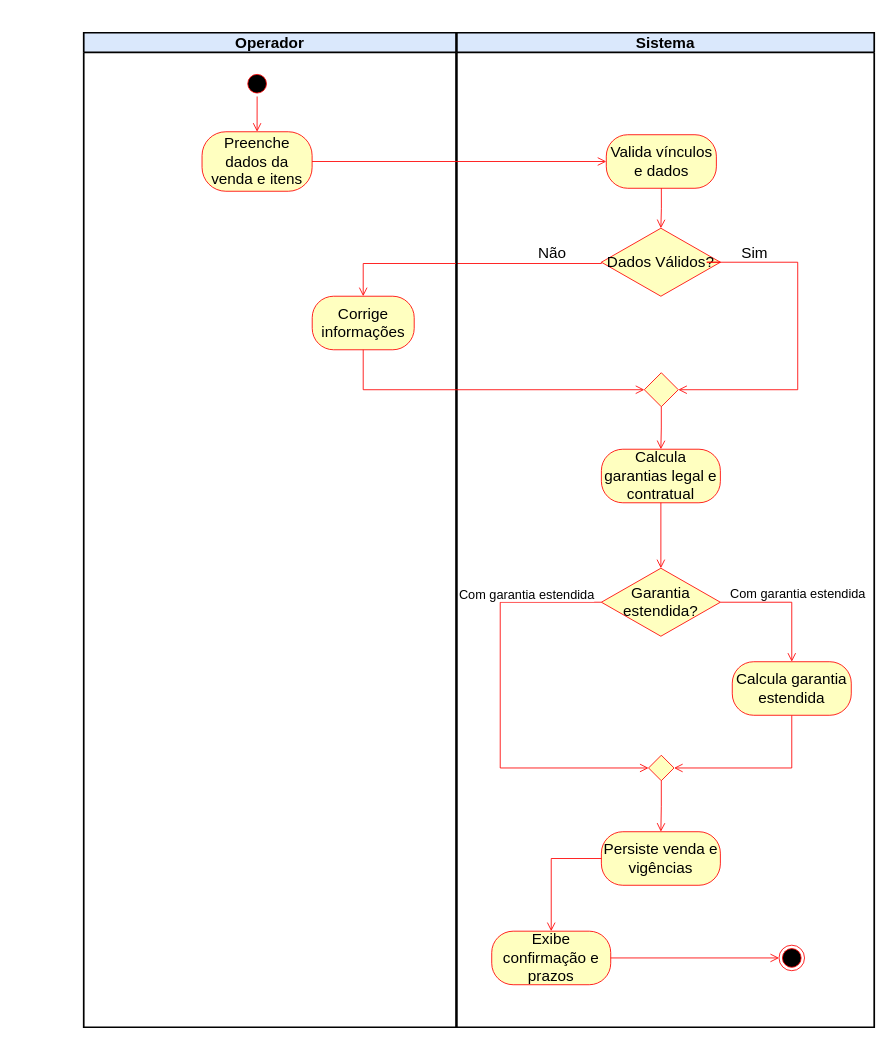
The draw.io diagram drawio/atividade.drawio in tmateus4/garantia-tcc-2026, before the edit. Source tidied: cells renumbered, new cells numbered last; positions are measured from the earlier drawing's top-left corner, leaving out a move shared by most shapes. Both pictures are drawn from the tidied source at 85%, with x=0, y=0 at pixel (83, 32).
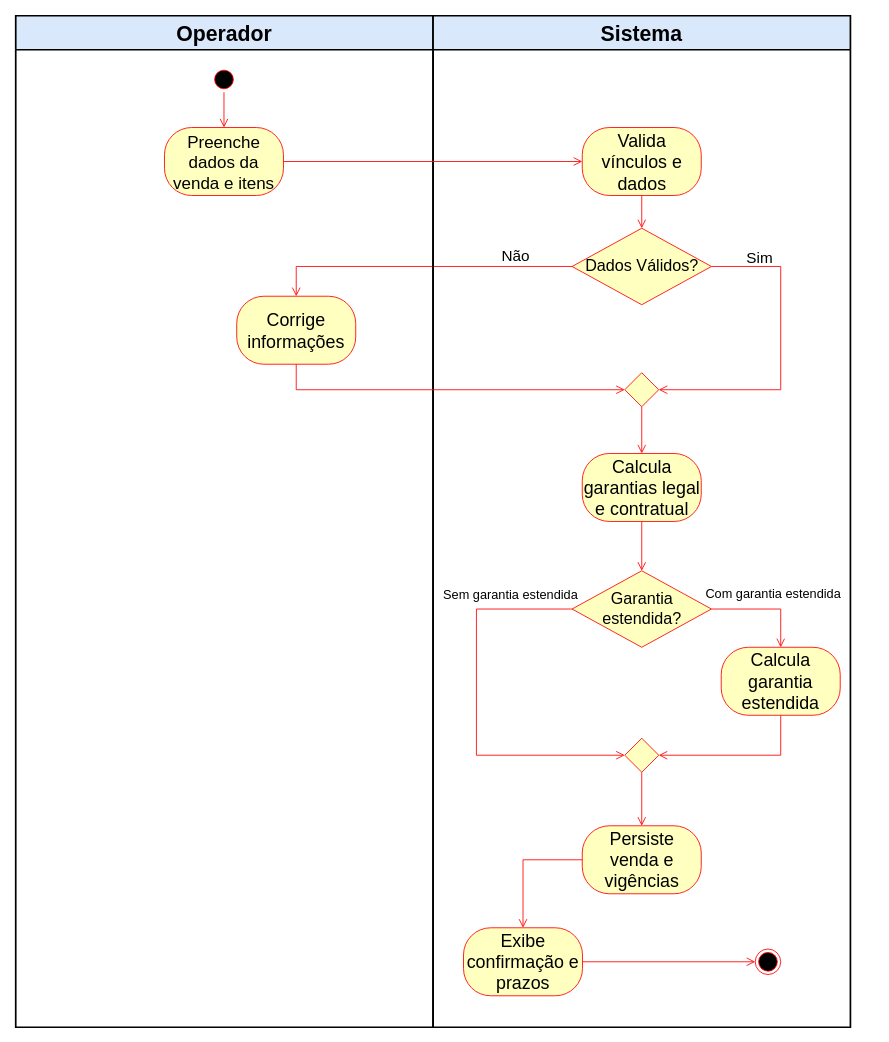
After the change.

What changed in the source:
```diff
@@
-    <mxCell id="2" value="Operador" style="swimlane;whiteSpace=wrap;html=1;fillColor=#dae8fc;strokeColor=#000000;strokeWidth=2;fontSize=18;" parent="1" vertex="1">
-      <mxGeometry width="438" height="1170" as="geometry" />
+    <mxCell id="2" value="&lt;font style=&quot;font-size: 25px;&quot;&gt;Operador&lt;/font&gt;" style="swimlane;whiteSpace=wrap;html=1;fillColor=#dae8fc;strokeColor=#000000;strokeWidth=2;fontSize=18;startSize=40;" parent="1" vertex="1">
+      <mxGeometry x="-80" y="-20" width="491" height="1190" as="geometry" />
     </mxCell>
     <mxCell id="3" style="ellipse;html=1;shape=startState;fillColor=#000000;strokeColor=#ff0000;" parent="2" vertex="1">
-      <mxGeometry x="189" y="45" width="30" height="30" as="geometry" />
+      <mxGeometry x="230" y="60" width="30" height="30" as="geometry" />
     </mxCell>
@@
-    <mxCell id="5" value="Preenche dados da venda e itens" style="rounded=1;whiteSpace=wrap;html=1;arcSize=40;fontColor=#000000;fillColor=#ffffc0;strokeColor=#ff0000;fontSize=18;" parent="2" vertex="1">
-      <mxGeometry x="139.2" y="116.5" width="129.5" height="70" as="geometry" />
+    <mxCell id="5" value="Preenche dados da venda e itens" style="rounded=1;whiteSpace=wrap;html=1;arcSize=40;fontColor=#000000;fillColor=#ffffc0;strokeColor=#ff0000;fontSize=20;" parent="2" vertex="1">
+      <mxGeometry x="175" y="131.5" width="140" height="80" as="geometry" />
     </mxCell>
-    <mxCell id="6" value="Corrige informações" style="rounded=1;whiteSpace=wrap;html=1;arcSize=40;fontColor=#000000;fillColor=#ffffc0;strokeColor=#ff0000;fontSize=18;" parent="2" vertex="1">
-      <mxGeometry x="268.8" y="310" width="120" height="63" as="geometry" />
+    <mxCell id="6" value="Corrige informações" style="rounded=1;whiteSpace=wrap;html=1;arcSize=40;fontColor=#000000;fillColor=#ffffc0;strokeColor=#ff0000;fontSize=21;" parent="2" vertex="1">
+      <mxGeometry x="260" y="330" width="140" height="80" as="geometry" />
     </mxCell>
     <mxCell id="7" value="Não" style="edgeStyle=orthogonalEdgeStyle;html=1;verticalAlign=bottom;endArrow=open;endSize=8;strokeColor=#ff0000;rounded=0;entryX=0.5;entryY=0;entryDx=0;entryDy=0;exitX=0;exitY=0.5;exitDx=0;exitDy=0;labelBackgroundColor=none;fontSize=18;spacing=0;" parent="2" edge="1" source="22" target="6">
       <mxGeometry x="-0.62" relative="1" as="geometry">
-        <Array as="points">
-          <mxPoint x="609" y="271.5" />
-          <mxPoint x="328.8" y="271.5" />
-        </Array>
         <mxPoint x="1" as="offset" />
       </mxGeometry>
     </mxCell>
-    <mxCell id="8" value="Sistema" style="swimlane;whiteSpace=wrap;html=1;fillColor=#dae8fc;strokeColor=light-dark(#000000, #5c79a3);strokeWidth=2;fontSize=18;" parent="1" vertex="1">
-      <mxGeometry x="439" width="491" height="1170" as="geometry" />
+    <mxCell id="8" value="&lt;font style=&quot;font-size: 25px;&quot;&gt;Sistema&lt;/font&gt;" style="swimlane;whiteSpace=wrap;html=1;fillColor=#dae8fc;strokeColor=light-dark(#000000, #5c79a3);strokeWidth=2;fontSize=18;startSize=40;" parent="1" vertex="1">
+      <mxGeometry x="411" y="-20" width="491" height="1190" as="geometry" />
     </mxCell>
-    <mxCell id="9" value="Valida vínculos e dados" style="rounded=1;whiteSpace=wrap;html=1;arcSize=40;fontColor=#000000;fillColor=#ffffc0;strokeColor=#ff0000;fontSize=18;" parent="8" vertex="1">
-      <mxGeometry x="175.8" y="120" width="129.5" height="63" as="geometry" />
+    <mxCell id="9" value="Valida vínculos e dados" style="rounded=1;whiteSpace=wrap;html=1;arcSize=40;fontColor=#000000;fillColor=#ffffc0;strokeColor=#ff0000;fontSize=21;" parent="8" vertex="1">
+      <mxGeometry x="175.5" y="131.5" width="140" height="80" as="geometry" />
     </mxCell>
-    <mxCell id="10" value="Calcula garantias legal e contratual" style="rounded=1;whiteSpace=wrap;html=1;arcSize=40;fontColor=#000000;fillColor=#ffffc0;strokeColor=#ff0000;fontSize=18;" parent="8" vertex="1">
-      <mxGeometry x="170" y="490" width="140" height="63" as="geometry" />
+    <mxCell id="10" value="Calcula garantias legal e contratual" style="rounded=1;whiteSpace=wrap;html=1;arcSize=40;fontColor=#000000;fillColor=#ffffc0;strokeColor=#ff0000;fontSize=21;" parent="8" vertex="1">
+      <mxGeometry x="175.5" y="515" width="140" height="80" as="geometry" />
     </mxCell>
-    <mxCell id="11" value="&lt;font&gt;Garantia estendida?&lt;/font&gt;" style="rhombus;whiteSpace=wrap;html=1;fontColor=#000000;fillColor=#ffffc0;strokeColor=#ff0000;fontSize=18;" parent="8" vertex="1">
-      <mxGeometry x="170" y="630" width="140" height="80" as="geometry" />
+    <mxCell id="11" value="&lt;font&gt;Garantia estendida?&lt;/font&gt;" style="rhombus;whiteSpace=wrap;html=1;fontColor=#000000;fillColor=#ffffc0;strokeColor=#ff0000;fontSize=19;" parent="8" vertex="1">
+      <mxGeometry x="163.5" y="653" width="164" height="90" as="geometry" />
     </mxCell>
-    <mxCell id="12" value="Persiste venda e vigências" style="rounded=1;whiteSpace=wrap;html=1;arcSize=40;fontColor=#000000;fillColor=#ffffc0;strokeColor=#ff0000;fontSize=18;" parent="8" vertex="1">
-      <mxGeometry x="170" y="940" width="140" height="63" as="geometry" />
+    <mxCell id="12" value="Persiste venda e vigências" style="rounded=1;whiteSpace=wrap;html=1;arcSize=40;fontColor=#000000;fillColor=#ffffc0;strokeColor=#ff0000;fontSize=21;" parent="8" vertex="1">
+      <mxGeometry x="175.5" y="953" width="140" height="80" as="geometry" />
     </mxCell>
@@
     <mxCell id="14" style="ellipse;html=1;shape=endState;fillColor=#000000;strokeColor=#ff0000;" parent="8" vertex="1">
-      <mxGeometry x="379" y="1073.5" width="30" height="30" as="geometry" />
+      <mxGeometry x="379" y="1098" width="30" height="30" as="geometry" />
     </mxCell>
-    <mxCell id="15" value="Exibe confirmação e prazos" style="rounded=1;whiteSpace=wrap;html=1;arcSize=40;fontColor=#000000;fillColor=#ffffc0;strokeColor=#ff0000;fontSize=18;" parent="8" vertex="1">
-      <mxGeometry x="41" y="1057" width="140" height="63" as="geometry" />
+    <mxCell id="15" value="Exibe confirmação e prazos" style="rounded=1;whiteSpace=wrap;html=1;arcSize=40;fontColor=#000000;fillColor=#ffffc0;strokeColor=#ff0000;fontSize=21;" parent="8" vertex="1">
+      <mxGeometry x="35.8" y="1073" width="140" height="80" as="geometry" />
     </mxCell>
@@
     <mxCell id="17" style="edgeStyle=orthogonalEdgeStyle;html=1;verticalAlign=bottom;endArrow=open;endSize=8;strokeColor=#ff0000;rounded=0;entryX=1;entryY=0.5;entryDx=0;entryDy=0;exitX=0.5;exitY=1;exitDx=0;exitDy=0;" parent="8" edge="1" source="18" target="19">
-      <mxGeometry relative="1" as="geometry">
-        <Array as="points">
-          <mxPoint x="394" y="865" />
-        </Array>
-      </mxGeometry>
+      <mxGeometry relative="1" as="geometry" />
     </mxCell>
-    <mxCell id="18" value="Calcula garantia estendida" style="rounded=1;whiteSpace=wrap;html=1;arcSize=40;fontColor=#000000;fillColor=#ffffc0;strokeColor=#ff0000;fontSize=18;" parent="8" vertex="1">
-      <mxGeometry x="324" y="740" width="140" height="63" as="geometry" />
+    <mxCell id="18" value="Calcula garantia estendida" style="rounded=1;whiteSpace=wrap;html=1;arcSize=40;fontColor=#000000;fillColor=#ffffc0;strokeColor=#ff0000;fontSize=21;" parent="8" vertex="1">
+      <mxGeometry x="339" y="743" width="140" height="80" as="geometry" />
     </mxCell>
     <mxCell id="19" style="rhombus;whiteSpace=wrap;html=1;fontColor=#000000;fillColor=#ffffc0;strokeColor=#ff0000;" parent="8" vertex="1">
-      <mxGeometry x="225.5" y="850" width="30" height="30" as="geometry" />
+      <mxGeometry x="225.5" y="850" width="40" height="40" as="geometry" />
     </mxCell>
@@
-    <mxCell id="22" value="&lt;span&gt;Dados Válidos?&lt;/span&gt;" style="rhombus;whiteSpace=wrap;html=1;fontColor=#000000;fillColor=#ffffc0;strokeColor=#ff0000;fontSize=18;" parent="8" vertex="1">
-      <mxGeometry x="170" y="230" width="140" height="80" as="geometry" />
+    <mxCell id="22" value="&lt;span&gt;Dados Válidos?&lt;/span&gt;" style="rhombus;whiteSpace=wrap;html=1;fontColor=#000000;fillColor=#ffffc0;strokeColor=#ff0000;fontSize=19;" parent="8" vertex="1">
+      <mxGeometry x="163.5" y="250" width="164" height="90" as="geometry" />
     </mxCell>
-    <mxCell id="23" value="&#10;&lt;span style=&quot;color: rgb(0, 0, 0); font-family: Helvetica; font-style: normal; font-variant-ligatures: normal; font-variant-caps: normal; font-weight: 400; letter-spacing: normal; orphans: 2; text-align: center; text-indent: 0px; text-transform: none; widows: 2; word-spacing: 0px; -webkit-text-stroke-width: 0px; white-space: nowrap; background-color: rgb(255, 255, 255); text-decoration-thickness: initial; text-decoration-style: initial; text-decoration-color: initial; float: none; display: inline !important;&quot;&gt;Com garantia estendida&lt;/span&gt;&#10;&#10;" style="edgeStyle=orthogonalEdgeStyle;html=1;verticalAlign=bottom;endArrow=open;endSize=8;strokeColor=#ff0000;rounded=0;entryX=0;entryY=0.5;entryDx=0;entryDy=0;exitX=0;exitY=0.5;exitDx=0;exitDy=0;labelBackgroundColor=none;spacing=-2;fontSize=15;" parent="8" edge="1" source="11" target="19">
-      <mxGeometry x="-0.64" y="35" relative="1" as="geometry">
+    <mxCell id="23" value="&lt;span style=&quot;color: rgb(0, 0, 0); font-family: Helvetica; font-style: normal; font-variant-ligatures: normal; font-variant-caps: normal; font-weight: 400; letter-spacing: normal; orphans: 2; text-align: center; text-indent: 0px; text-transform: none; widows: 2; word-spacing: 0px; -webkit-text-stroke-width: 0px; white-space: nowrap; background-color: rgb(255, 255, 255); text-decoration-thickness: initial; text-decoration-style: initial; text-decoration-color: initial; float: none; display: inline !important;&quot;&gt;Sem garantia estendida&lt;/span&gt;&lt;div&gt;&lt;br/&gt;&lt;/div&gt;" style="edgeStyle=orthogonalEdgeStyle;html=1;verticalAlign=middle;endArrow=open;endSize=8;strokeColor=#ff0000;rounded=0;entryX=0;entryY=0.5;entryDx=0;entryDy=0;exitX=0;exitY=0.5;exitDx=0;exitDy=0;labelBackgroundColor=none;spacing=-2;fontSize=15;" parent="8" edge="1" source="11" target="19">
+      <mxGeometry x="-0.68" y="-8" relative="1" as="geometry">
         <Array as="points">
-          <mxPoint x="51" y="670" />
-          <mxPoint x="51" y="865" />
+          <mxPoint x="51" y="698" />
+          <mxPoint x="51" y="870" />
         </Array>
       </mxGeometry>
     </mxCell>
-    <mxCell id="24" value="Com garantia estendida" style="edgeStyle=orthogonalEdgeStyle;html=1;verticalAlign=bottom;endArrow=open;endSize=8;strokeColor=#ff0000;rounded=0;entryX=0.5;entryY=0;entryDx=0;entryDy=0;exitX=1;exitY=0.5;exitDx=0;exitDy=0;labelBackgroundColor=none;fontSize=15;spacing=0;" parent="8" edge="1" source="11" target="18">
-      <mxGeometry x="0.09" y="7" relative="1" as="geometry">
-        <Array as="points">
-          <mxPoint x="394" y="670" />
-        </Array>
+    <mxCell id="24" value="Com garantia estendida" style="edgeStyle=orthogonalEdgeStyle;html=1;verticalAlign=middle;endArrow=open;endSize=8;strokeColor=#ff0000;rounded=0;entryX=0.5;entryY=0;entryDx=0;entryDy=0;exitX=1;exitY=0.5;exitDx=0;exitDy=0;labelBackgroundColor=none;fontSize=15;spacing=0;" parent="8" edge="1" source="11" target="18">
+      <mxGeometry x="0.13" y="18" relative="1" as="geometry">
+        <mxPoint x="1" as="offset" />
       </mxGeometry>
     </mxCell>
     <mxCell id="25" value="Sim&lt;div&gt;&lt;br&gt;&lt;/div&gt;" style="edgeStyle=orthogonalEdgeStyle;html=1;verticalAlign=bottom;endArrow=open;endSize=8;strokeColor=#ff0000;rounded=0;entryX=1;entryY=0.5;entryDx=0;entryDy=0;exitX=1;exitY=0.5;exitDx=0;exitDy=0;labelBackgroundColor=none;fontSize=18;spacing=-3;" parent="8" edge="1" source="22" target="26">
-      <mxGeometry x="-0.65" y="-20" relative="1" as="geometry">
+      <mxGeometry x="-0.7" y="-20" relative="1" as="geometry">
         <Array as="points">
-          <mxPoint x="294" y="270" />
-          <mxPoint x="401" y="270" />
-          <mxPoint x="401" y="343" />
+          <mxPoint x="409" y="295" />
+          <mxPoint x="409" y="440" />
         </Array>
       </mxGeometry>
     </mxCell>
     <mxCell id="26" style="rhombus;whiteSpace=wrap;html=1;fontColor=#000000;fillColor=#ffffc0;strokeColor=#ff0000;" parent="8" vertex="1">
-      <mxGeometry x="220.5" y="400" width="40" height="40" as="geometry" />
+      <mxGeometry x="225.5" y="420" width="40" height="40" as="geometry" />
     </mxCell>
@@
     <mxCell id="30" style="edgeStyle=orthogonalEdgeStyle;html=1;verticalAlign=bottom;endArrow=open;endSize=8;strokeColor=#ff0000;rounded=0;entryX=0;entryY=0.5;entryDx=0;entryDy=0;exitX=0.5;exitY=1;exitDx=0;exitDy=0;labelBackgroundColor=none;spacing=-2;" parent="1" edge="1" source="6" target="26">
-      <mxGeometry x="-0.75" y="23" relative="1" as="geometry">
-        <Array as="points">
-          <mxPoint x="328.8" y="420" />
-        </Array>
-      </mxGeometry>
+      <mxGeometry x="-0.75" y="23" relative="1" as="geometry" />
     </mxCell>
```
